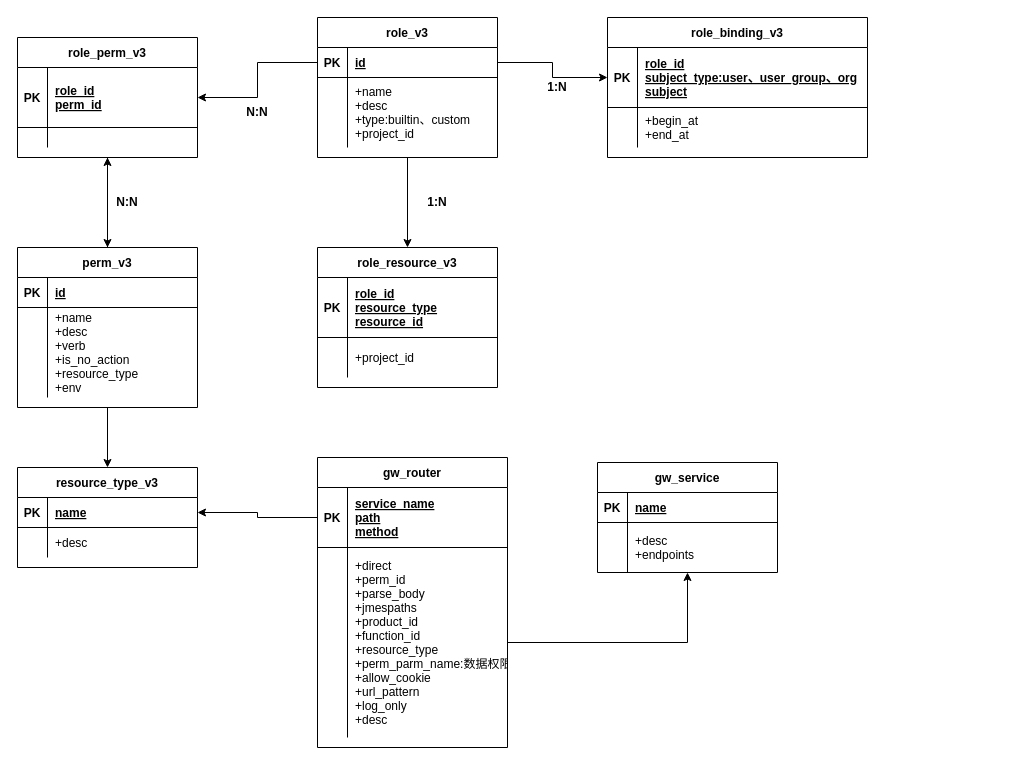
Before: 网关权限Diagram.drawio in jiankunking/diagrams, a draw.io diagram. Source tidied: cells renumbered, new cells numbered last; positions are measured from the earlier drawing's top-left corner, leaving out a move shared by most shapes. Both pictures are drawn from the tidied source at 100%, with x=0, y=0 at pixel (17, 17).
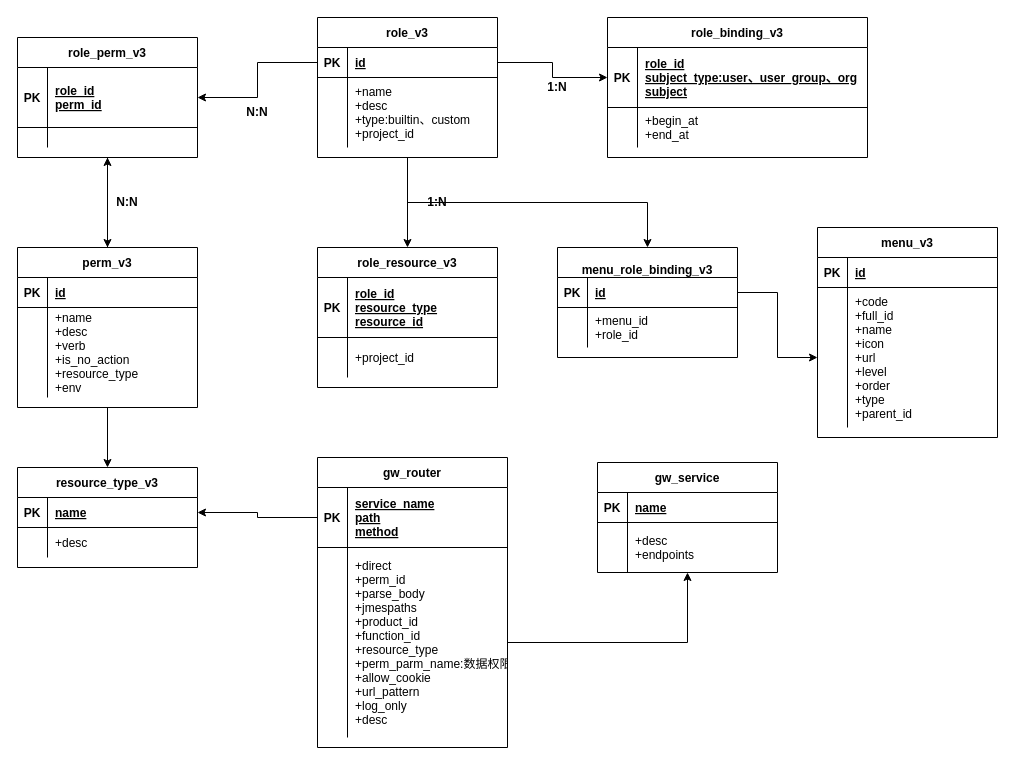
Above is the later version.

Unchanged cells that the change refers to:
```xml
<mxCell id="3" value="role_v3" style="shape=table;startSize=30;childLayout=tableLayout;rowLines=0;fontStyle=1;align=center;" parent="1" vertex="1">
  <mxGeometry x="300" width="180" height="140" as="geometry" />
</mxCell>
```

What changed in the source:
```diff
@@
+    <mxCell id="70" style="edgeStyle=orthogonalEdgeStyle;rounded=0;jettySize=auto;html=1;exitX=0.5;exitY=1;exitDx=0;exitDy=0;entryX=0.5;entryY=0;entryDx=0;entryDy=0;" parent="1" edge="1" source="3" target="78">
+      <mxGeometry relative="1" as="geometry" />
+    </mxCell>
@@
+    <mxCell id="71" value="menu_v3" style="shape=table;startSize=30;childLayout=tableLayout;rowLines=0;fontStyle=1;align=center;" parent="1" vertex="1">
+      <mxGeometry x="800" y="210" width="180" height="210" as="geometry" />
+    </mxCell>
+    <mxCell id="72" style="shape=tableRow;horizontal=0;startSize=0;swimlaneHead=0;swimlaneBody=0;fillColor=none;top=0;left=0;right=0;bottom=1;" parent="71" vertex="1">
+      <mxGeometry y="30" width="180" height="30" as="geometry" />
+    </mxCell>
+    <mxCell id="73" value="PK" style="shape=partialRectangle;fillColor=none;top=0;left=0;bottom=0;right=0;fontStyle=1;overflow=hidden;" parent="72" vertex="1">
+      <mxGeometry width="30" height="30" as="geometry" />
+    </mxCell>
+    <mxCell id="74" value="id" style="shape=partialRectangle;fillColor=none;top=0;left=0;bottom=0;right=0;align=left;spacingLeft=6;fontStyle=5;overflow=hidden;" parent="72" vertex="1">
+      <mxGeometry x="30" width="150" height="30" as="geometry" />
+    </mxCell>
+    <mxCell id="75" style="shape=tableRow;horizontal=0;startSize=0;swimlaneHead=0;swimlaneBody=0;fillColor=none;points=[[0,0.5],[1,0.5]];portConstraint=eastwest;top=0;left=0;right=0;bottom=0;" parent="71" vertex="1">
+      <mxGeometry y="60" width="180" height="140" as="geometry" />
+    </mxCell>
+    <mxCell id="76" style="shape=partialRectangle;fillColor=none;top=0;left=0;bottom=0;right=0;overflow=hidden;" parent="75" vertex="1">
+      <mxGeometry width="30" height="140" as="geometry" />
+    </mxCell>
+    <mxCell id="77" value="+code&#10;+full_id&#10;+name&#10;+icon&#10;+url&#10;+level&#10;+order&#10;+type&#10;+parent_id" style="shape=partialRectangle;fillColor=none;top=0;left=0;bottom=0;right=0;align=left;spacingLeft=6;overflow=hidden;strokeColor=default;" parent="75" vertex="1">
+      <mxGeometry x="30" width="150" height="140" as="geometry" />
+    </mxCell>
+    <mxCell id="78" value="&#10;menu_role_binding_v3" style="shape=table;startSize=30;childLayout=tableLayout;rowLines=0;fontStyle=1;align=center;" parent="1" vertex="1">
+      <mxGeometry x="540" y="230" width="180" height="110" as="geometry" />
+    </mxCell>
+    <mxCell id="79" style="shape=tableRow;horizontal=0;startSize=0;swimlaneHead=0;swimlaneBody=0;fillColor=none;points=[[0,0.5],[1,0.5]];portConstraint=eastwest;top=0;left=0;right=0;bottom=1;" parent="78" vertex="1">
+      <mxGeometry y="30" width="180" height="30" as="geometry" />
+    </mxCell>
+    <mxCell id="80" value="PK" style="shape=partialRectangle;fillColor=none;top=0;left=0;bottom=0;right=0;fontStyle=1;overflow=hidden;" parent="79" vertex="1">
+      <mxGeometry width="30" height="30" as="geometry" />
+    </mxCell>
+    <mxCell id="81" value="id" style="shape=partialRectangle;fillColor=none;top=0;left=0;bottom=0;right=0;align=left;spacingLeft=6;fontStyle=5;overflow=hidden;" parent="79" vertex="1">
+      <mxGeometry x="30" width="150" height="30" as="geometry" />
+    </mxCell>
+    <mxCell id="82" style="shape=tableRow;horizontal=0;startSize=0;swimlaneHead=0;swimlaneBody=0;fillColor=none;top=0;left=0;right=0;bottom=0;" parent="78" vertex="1">
+      <mxGeometry y="60" width="180" height="40" as="geometry" />
+    </mxCell>
+    <mxCell id="83" style="shape=partialRectangle;fillColor=none;top=0;left=0;bottom=0;right=0;overflow=hidden;" parent="82" vertex="1">
+      <mxGeometry width="30" height="40" as="geometry" />
+    </mxCell>
+    <mxCell id="84" value="+menu_id&#10;+role_id" style="shape=partialRectangle;fillColor=none;top=0;left=0;bottom=0;right=0;align=left;spacingLeft=6;overflow=hidden;strokeColor=default;" parent="82" vertex="1">
+      <mxGeometry x="30" width="150" height="40" as="geometry" />
+    </mxCell>
+    <mxCell id="85" style="edgeStyle=orthogonalEdgeStyle;rounded=0;jettySize=auto;html=1;exitX=1;exitY=0.5;exitDx=0;exitDy=0;" parent="1" edge="1" source="79" target="75">
+      <mxGeometry relative="1" as="geometry" />
+    </mxCell>
```
